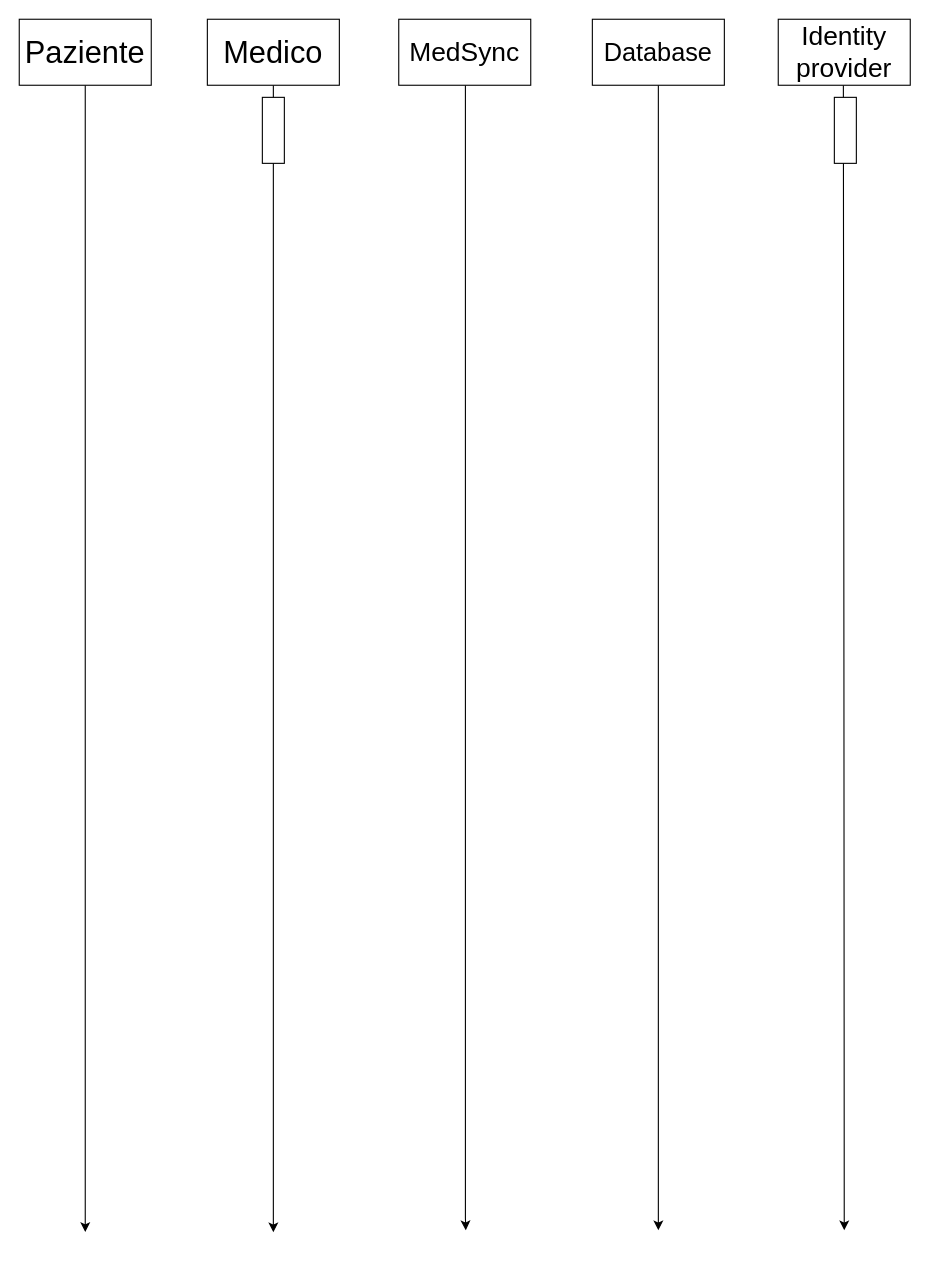
Above: page "sequence" (4 of 5) of DiagrammiMedSync.drawio in frncscrlnd/MedSync-Sistema-di-Gestione-Appuntamenti-e-Documentazione-Medica (draw.io), before the change. Source tidied: cells renumbered, new cells numbered last; positions are measured from the earlier drawing's top-left corner, leaving out a move shared by most shapes. Both pictures are drawn from the tidied source at 110%, with x=0, y=0 at pixel (19, 19).
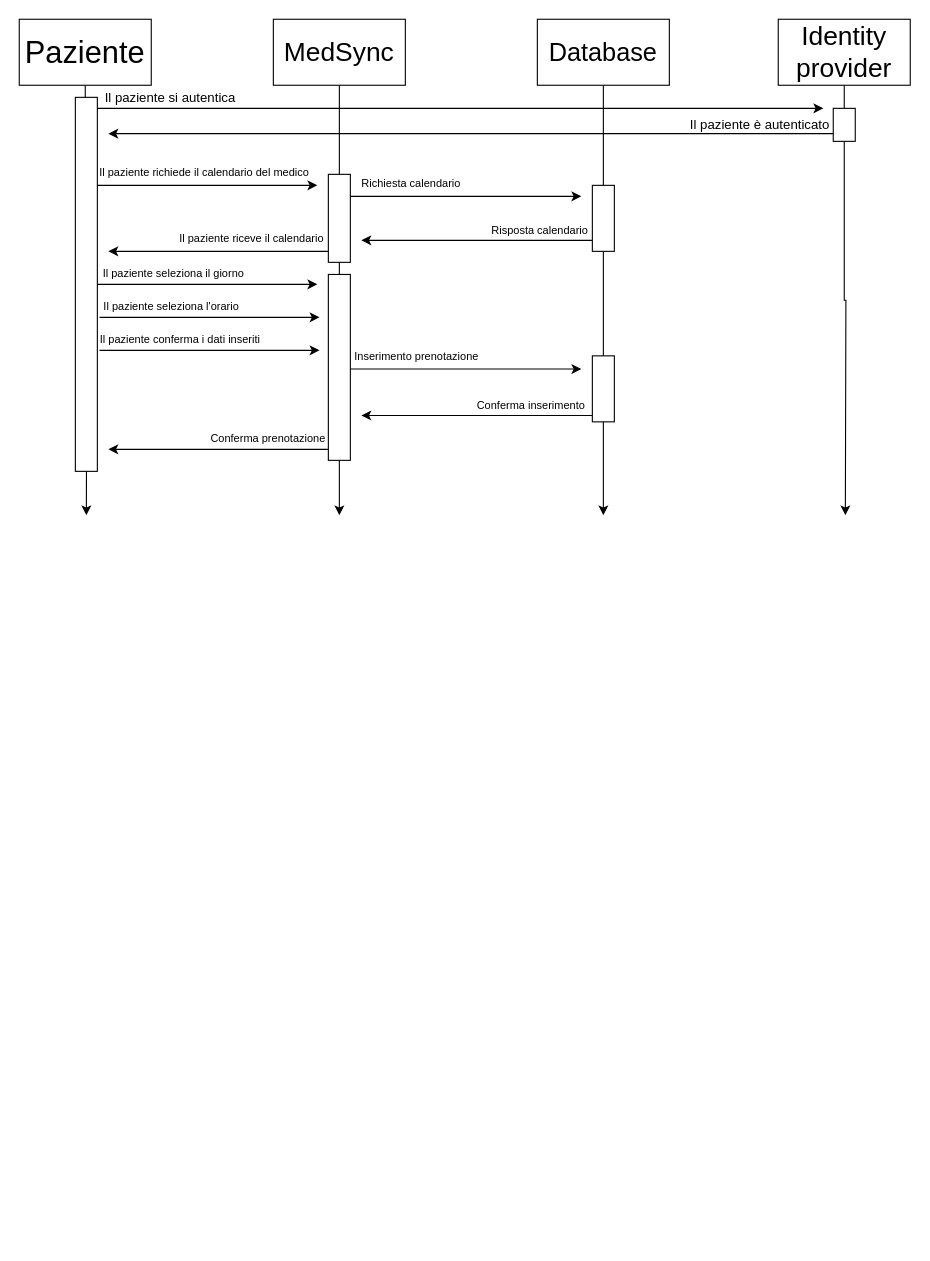
After the change.

Unchanged cells that the change refers to:
```xml
<mxCell id="3" value="&lt;font style=&quot;font-size: 28px;&quot;&gt;Paziente&lt;/font&gt;" style="rounded=0;whiteSpace=wrap;html=1;" parent="1" vertex="1">
  <mxGeometry width="120" height="60" as="geometry" />
</mxCell>
<mxCell id="7" value="&lt;font style=&quot;font-size: 24px;&quot;&gt;Identity provider&lt;/font&gt;" style="rounded=0;whiteSpace=wrap;html=1;" parent="1" vertex="1">
  <mxGeometry x="690" width="120" height="60" as="geometry" />
</mxCell>
```

The edit, as a diff of the source:
```diff
@@
     <mxCell id="2" style="edgeStyle=orthogonalEdgeStyle;rounded=0;jettySize=auto;html=1;" parent="1" edge="1" source="3">
       <mxGeometry relative="1" as="geometry">
-        <mxPoint x="60" y="1102.6" as="targetPoint" />
+        <mxPoint x="61" y="451" as="targetPoint" />
       </mxGeometry>
     </mxCell>
@@
-    <mxCell id="4" style="edgeStyle=orthogonalEdgeStyle;rounded=0;orthogonalLoop=1;jettySize=auto;html=1;" parent="1" edge="1">
-      <mxGeometry relative="1" as="geometry">
-        <mxPoint x="405.6" y="60" as="sourcePoint" />
-        <mxPoint x="406" y="1101" as="targetPoint" />
-        <Array as="points">
-          <mxPoint x="406" y="1090" />
-        </Array>
-      </mxGeometry>
-    </mxCell>
+    <mxCell id="14" style="edgeStyle=orthogonalEdgeStyle;rounded=0;jettySize=auto;html=1;" parent="1" edge="1" source="5">
+      <mxGeometry relative="1" as="geometry">
+        <mxPoint x="291" y="451" as="targetPoint" />
+      </mxGeometry>
+    </mxCell>
     <mxCell id="5" value="&lt;font style=&quot;font-size: 24px;&quot;&gt;MedSync&lt;/font&gt;" style="rounded=0;whiteSpace=wrap;html=1;" parent="1" vertex="1">
-      <mxGeometry x="345" width="120" height="60" as="geometry" />
+      <mxGeometry x="231" width="120" height="60" as="geometry" />
     </mxCell>
-    <mxCell id="6" style="edgeStyle=orthogonalEdgeStyle;rounded=0;orthogonalLoop=1;jettySize=auto;html=1;" parent="1" edge="1">
+    <mxCell id="6" style="edgeStyle=orthogonalEdgeStyle;rounded=0;jettySize=auto;html=1;" parent="1" edge="1" source="7">
       <mxGeometry relative="1" as="geometry">
-        <mxPoint x="749.2" y="60" as="sourcePoint" />
-        <mxPoint x="750" y="1101" as="targetPoint" />
+        <mxPoint x="751" y="451" as="targetPoint" />
       </mxGeometry>
     </mxCell>
@@
     <mxCell id="8" style="edgeStyle=orthogonalEdgeStyle;rounded=0;jettySize=auto;html=1;" parent="1" edge="1" source="9">
       <mxGeometry relative="1" as="geometry">
-        <mxPoint x="581" y="1101" as="targetPoint" />
+        <mxPoint x="531" y="451" as="targetPoint" />
       </mxGeometry>
     </mxCell>
     <mxCell id="9" value="&lt;font style=&quot;font-size: 23px;&quot;&gt;Database&lt;/font&gt;" style="rounded=0;whiteSpace=wrap;html=1;" parent="1" vertex="1">
-      <mxGeometry x="521" width="120" height="60" as="geometry" />
+      <mxGeometry x="471" width="120" height="60" as="geometry" />
     </mxCell>
-    <mxCell id="10" style="edgeStyle=orthogonalEdgeStyle;rounded=0;jettySize=auto;html=1;" parent="1" edge="1" source="11">
-      <mxGeometry relative="1" as="geometry">
-        <mxPoint x="231" y="1102.8" as="targetPoint" />
-      </mxGeometry>
-    </mxCell>
-    <mxCell id="11" value="&lt;font style=&quot;font-size: 28px;&quot;&gt;Medico&lt;/font&gt;" style="rounded=0;whiteSpace=wrap;html=1;" parent="1" vertex="1">
-      <mxGeometry x="171" width="120" height="60" as="geometry" />
-    </mxCell>
-    <mxCell id="12" style="rounded=0;whiteSpace=wrap;html=1;" parent="1" vertex="1">
-      <mxGeometry x="221" y="71" width="20" height="60" as="geometry" />
-    </mxCell>
-    <mxCell id="13" style="rounded=0;whiteSpace=wrap;html=1;" parent="1" vertex="1">
-      <mxGeometry x="741" y="71" width="20" height="60" as="geometry" />
-    </mxCell>
+    <mxCell id="15" style="rounded=0;whiteSpace=wrap;html=1;" parent="1" vertex="1">
+      <mxGeometry x="51" y="71" width="20" height="340" as="geometry" />
+    </mxCell>
+    <mxCell id="16" style="rounded=0;whiteSpace=wrap;html=1;" parent="1" vertex="1">
+      <mxGeometry x="740" y="81" width="20" height="30" as="geometry" />
+    </mxCell>
+    <mxCell id="17" style="endArrow=classic;html=1;rounded=0;" parent="1" edge="1">
+      <mxGeometry relative="1" as="geometry">
+        <mxPoint x="71" y="81" as="sourcePoint" />
+        <mxPoint x="731" y="81" as="targetPoint" />
+      </mxGeometry>
+    </mxCell>
+    <mxCell id="18" value="Il paziente si autentica" style="text;html=1;align=center;verticalAlign=middle;strokeColor=none;fillColor=none;" parent="1" vertex="1">
+      <mxGeometry x="67" y="57" width="140" height="30" as="geometry" />
+    </mxCell>
+    <mxCell id="19" style="endArrow=classic;html=1;rounded=0;" parent="1" edge="1">
+      <mxGeometry relative="1" as="geometry">
+        <mxPoint x="740" y="104" as="sourcePoint" />
+        <mxPoint x="81" y="104" as="targetPoint" />
+      </mxGeometry>
+    </mxCell>
+    <mxCell id="20" value="Il paziente è autenticato" style="text;html=1;align=center;verticalAlign=middle;strokeColor=none;fillColor=none;" parent="1" vertex="1">
+      <mxGeometry x="598" y="81" width="150" height="30" as="geometry" />
+    </mxCell>
+    <mxCell id="21" style="rounded=0;whiteSpace=wrap;html=1;" parent="1" vertex="1">
+      <mxGeometry x="281" y="141" width="20" height="80" as="geometry" />
+    </mxCell>
+    <mxCell id="22" style="endArrow=classic;html=1;rounded=0;" parent="1" edge="1">
+      <mxGeometry relative="1" as="geometry">
+        <mxPoint x="71" y="151" as="sourcePoint" />
+        <mxPoint x="271" y="151" as="targetPoint" />
+      </mxGeometry>
+    </mxCell>
+    <mxCell id="23" value="&lt;font style=&quot;font-size: 10px;&quot;&gt;Il paziente richiede il calendario del medico&lt;/font&gt;" style="text;html=1;align=center;verticalAlign=middle;strokeColor=none;fillColor=none;" parent="1" vertex="1">
+      <mxGeometry x="63" y="124" width="210" height="30" as="geometry" />
+    </mxCell>
+    <mxCell id="24" style="rounded=0;whiteSpace=wrap;html=1;" parent="1" vertex="1">
+      <mxGeometry x="521" y="151" width="20" height="60" as="geometry" />
+    </mxCell>
+    <mxCell id="25" style="endArrow=classic;html=1;rounded=0;" parent="1" edge="1">
+      <mxGeometry relative="1" as="geometry">
+        <mxPoint x="301" y="161" as="sourcePoint" />
+        <mxPoint x="511" y="161" as="targetPoint" />
+      </mxGeometry>
+    </mxCell>
+    <mxCell id="26" value="&lt;font style=&quot;font-size: 10px;&quot;&gt;Richiesta calendario&lt;/font&gt;" style="text;html=1;align=center;verticalAlign=middle;strokeColor=none;fillColor=none;" parent="1" vertex="1">
+      <mxGeometry x="301" y="134" width="110" height="30" as="geometry" />
+    </mxCell>
+    <mxCell id="27" style="endArrow=classic;html=1;rounded=0;" parent="1" edge="1">
+      <mxGeometry relative="1" as="geometry">
+        <mxPoint x="521" y="201" as="sourcePoint" />
+        <mxPoint x="311" y="201" as="targetPoint" />
+      </mxGeometry>
+    </mxCell>
+    <mxCell id="28" value="&lt;font style=&quot;font-size: 10px;&quot;&gt;Risposta calendario&lt;/font&gt;" style="text;html=1;align=center;verticalAlign=middle;strokeColor=none;fillColor=none;" parent="1" vertex="1">
+      <mxGeometry x="418" y="177" width="110" height="30" as="geometry" />
+    </mxCell>
+    <mxCell id="29" style="endArrow=classic;html=1;rounded=0;" parent="1" edge="1">
+      <mxGeometry relative="1" as="geometry">
+        <mxPoint x="281" y="211" as="sourcePoint" />
+        <mxPoint x="81" y="211" as="targetPoint" />
+      </mxGeometry>
+    </mxCell>
+    <mxCell id="30" value="&lt;font style=&quot;font-size: 10px;&quot;&gt;Il paziente riceve il calendario&lt;/font&gt;" style="text;html=1;align=center;verticalAlign=middle;strokeColor=none;fillColor=none;" parent="1" vertex="1">
+      <mxGeometry x="136" y="184" width="150" height="30" as="geometry" />
+    </mxCell>
+    <mxCell id="31" style="rounded=0;whiteSpace=wrap;html=1;" parent="1" vertex="1">
+      <mxGeometry x="281" y="232" width="20" height="169" as="geometry" />
+    </mxCell>
+    <mxCell id="32" style="endArrow=classic;html=1;rounded=0;" parent="1" edge="1">
+      <mxGeometry relative="1" as="geometry">
+        <mxPoint x="71" y="241" as="sourcePoint" />
+        <mxPoint x="271" y="241" as="targetPoint" />
+      </mxGeometry>
+    </mxCell>
+    <mxCell id="33" value="&lt;font style=&quot;font-size: 10px;&quot;&gt;Il paziente seleziona il giorno&lt;/font&gt;" style="text;html=1;align=center;verticalAlign=middle;strokeColor=none;fillColor=none;" parent="1" vertex="1">
+      <mxGeometry x="65" y="216" width="150" height="30" as="geometry" />
+    </mxCell>
+    <mxCell id="34" value="&lt;font style=&quot;font-size: 10px;&quot;&gt;Il paziente seleziona l'orario&lt;/font&gt;" style="text;html=1;align=center;verticalAlign=middle;strokeColor=none;fillColor=none;" parent="1" vertex="1">
+      <mxGeometry x="63" y="246" width="150" height="30" as="geometry" />
+    </mxCell>
+    <mxCell id="35" style="endArrow=classic;html=1;rounded=0;" parent="1" edge="1">
+      <mxGeometry relative="1" as="geometry">
+        <mxPoint x="73" y="271" as="sourcePoint" />
+        <mxPoint x="273" y="271" as="targetPoint" />
+      </mxGeometry>
+    </mxCell>
+    <mxCell id="36" style="endArrow=classic;html=1;rounded=0;" parent="1" edge="1">
+      <mxGeometry relative="1" as="geometry">
+        <mxPoint x="73" y="301" as="sourcePoint" />
+        <mxPoint x="273" y="301" as="targetPoint" />
+      </mxGeometry>
+    </mxCell>
+    <mxCell id="37" value="&lt;font style=&quot;font-size: 10px;&quot;&gt;Il paziente conferma i dati inseriti&lt;/font&gt;" style="text;html=1;align=center;verticalAlign=middle;strokeColor=none;fillColor=none;" parent="1" vertex="1">
+      <mxGeometry x="61" y="276" width="170" height="30" as="geometry" />
+    </mxCell>
+    <mxCell id="38" style="rounded=0;whiteSpace=wrap;html=1;" parent="1" vertex="1">
+      <mxGeometry x="521" y="306" width="20" height="60" as="geometry" />
+    </mxCell>
+    <mxCell id="39" style="endArrow=classic;html=1;rounded=0;" parent="1" edge="1">
+      <mxGeometry relative="1" as="geometry">
+        <mxPoint x="301" y="318" as="sourcePoint" />
+        <mxPoint x="511" y="318" as="targetPoint" />
+      </mxGeometry>
+    </mxCell>
+    <mxCell id="40" value="&lt;span style=&quot;font-size: 10px;&quot;&gt;Inserimento prenotazione&lt;/span&gt;" style="text;html=1;align=center;verticalAlign=middle;strokeColor=none;fillColor=none;" parent="1" vertex="1">
+      <mxGeometry x="291" y="291" width="140" height="30" as="geometry" />
+    </mxCell>
+    <mxCell id="41" style="endArrow=classic;html=1;rounded=0;" parent="1" edge="1">
+      <mxGeometry relative="1" as="geometry">
+        <mxPoint x="521" y="360.2" as="sourcePoint" />
+        <mxPoint x="311" y="360.2" as="targetPoint" />
+      </mxGeometry>
+    </mxCell>
+    <mxCell id="42" value="&lt;span style=&quot;font-size: 10px;&quot;&gt;Conferma inserimento&lt;/span&gt;" style="text;html=1;align=center;verticalAlign=middle;strokeColor=none;fillColor=none;" parent="1" vertex="1">
+      <mxGeometry x="405" y="336" width="120" height="30" as="geometry" />
+    </mxCell>
+    <mxCell id="43" style="endArrow=classic;html=1;rounded=0;" parent="1" edge="1">
+      <mxGeometry relative="1" as="geometry">
+        <mxPoint x="281" y="391" as="sourcePoint" />
+        <mxPoint x="81" y="391" as="targetPoint" />
+      </mxGeometry>
+    </mxCell>
+    <mxCell id="44" value="&lt;span style=&quot;font-size: 10px;&quot;&gt;Conferma prenotazione&lt;/span&gt;" style="text;html=1;align=center;verticalAlign=middle;strokeColor=none;fillColor=none;" parent="1" vertex="1">
+      <mxGeometry x="161" y="366" width="130" height="30" as="geometry" />
+    </mxCell>
```
